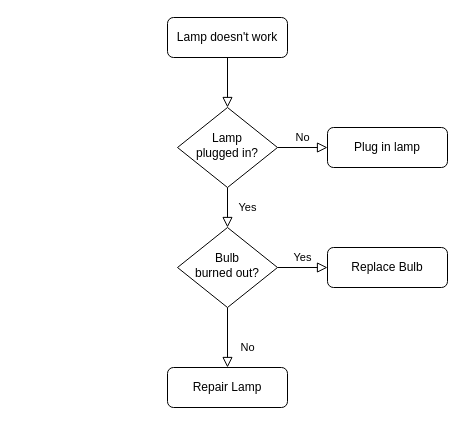
This is ncc_flow.drawio from yi2003/diagram, a draw.io file, before an edit. Source tidied: cells renumbered, new cells numbered last; positions are measured from the earlier drawing's top-left corner, leaving out a move shared by most shapes. Both pictures are drawn from the tidied source at 100%, with x=0, y=0 at pixel (167, 17).
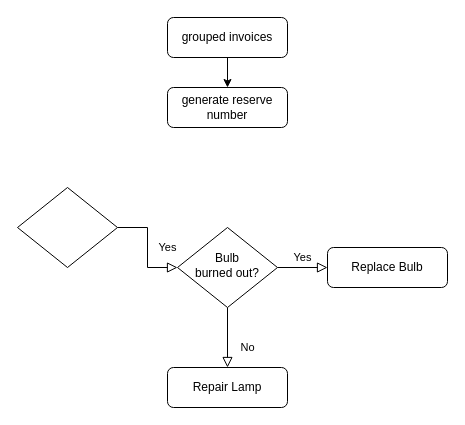
After the change.

Diff of the diagram source:
```diff
@@
 <mxGraphModel>
   <root>
     <mxCell id="0" />
     <mxCell id="1" parent="0" />
-    <mxCell id="2" style="rounded=0;html=1;jettySize=auto;fontSize=11;endArrow=block;endFill=0;endSize=8;strokeWidth=1;shadow=0;labelBackgroundColor=none;edgeStyle=orthogonalEdgeStyle;" parent="1" edge="1" source="3" target="6">
-      <mxGeometry relative="1" as="geometry" />
-    </mxCell>
+    <mxCell id="13" style="edgeStyle=orthogonalEdgeStyle;rounded=0;jettySize=auto;html=1;" parent="1" edge="1" source="3" target="14">
+      <mxGeometry relative="1" as="geometry" />
+    </mxCell>
-    <mxCell id="3" value="Lamp doesn't work" style="rounded=1;whiteSpace=wrap;html=1;fontSize=12;glass=0;strokeWidth=1;shadow=0;" parent="1" vertex="1">
+    <mxCell id="3" value="grouped invoices" style="rounded=1;whiteSpace=wrap;html=1;fontSize=12;glass=0;strokeWidth=1;shadow=0;" parent="1" vertex="1">
       <mxGeometry width="120" height="40" as="geometry" />
     </mxCell>
     <mxCell id="4" value="Yes" style="rounded=0;html=1;jettySize=auto;fontSize=11;endArrow=block;endFill=0;endSize=8;strokeWidth=1;shadow=0;labelBackgroundColor=none;edgeStyle=orthogonalEdgeStyle;" parent="1" edge="1" source="6" target="10">
       <mxGeometry y="20" relative="1" as="geometry" />
     </mxCell>
-    <mxCell id="5" value="No" style="edgeStyle=orthogonalEdgeStyle;rounded=0;html=1;jettySize=auto;fontSize=11;endArrow=block;endFill=0;endSize=8;strokeWidth=1;shadow=0;labelBackgroundColor=none;" parent="1" edge="1" source="6" target="7">
-      <mxGeometry y="10" relative="1" as="geometry" />
-    </mxCell>
-    <mxCell id="6" value="Lamp&lt;br&gt;plugged in?" style="rhombus;whiteSpace=wrap;html=1;shadow=0;fontFamily=Helvetica;fontSize=12;align=center;strokeWidth=1;spacing=6;spacingTop=-4;" parent="1" vertex="1">
-      <mxGeometry x="10" y="90" width="100" height="80" as="geometry" />
+    <mxCell id="6" style="rhombus;whiteSpace=wrap;html=1;shadow=0;fontFamily=Helvetica;fontSize=12;align=center;strokeWidth=1;spacing=6;spacingTop=-4;" parent="1" vertex="1">
+      <mxGeometry x="-150" y="170" width="100" height="80" as="geometry" />
     </mxCell>
-    <mxCell id="7" value="Plug in lamp" style="rounded=1;whiteSpace=wrap;html=1;fontSize=12;glass=0;strokeWidth=1;shadow=0;" parent="1" vertex="1">
-      <mxGeometry x="160" y="110" width="120" height="40" as="geometry" />
-    </mxCell>
     <mxCell id="8" value="No" style="rounded=0;html=1;jettySize=auto;fontSize=11;endArrow=block;endFill=0;endSize=8;strokeWidth=1;shadow=0;labelBackgroundColor=none;edgeStyle=orthogonalEdgeStyle;" parent="1" edge="1" source="10" target="11">
       <mxGeometry x="0.33" y="20" relative="1" as="geometry" />
     </mxCell>
     <mxCell id="9" value="Yes" style="edgeStyle=orthogonalEdgeStyle;rounded=0;html=1;jettySize=auto;fontSize=11;endArrow=block;endFill=0;endSize=8;strokeWidth=1;shadow=0;labelBackgroundColor=none;" parent="1" edge="1" source="10" target="12">
       <mxGeometry y="10" relative="1" as="geometry" />
     </mxCell>
     <mxCell id="10" value="Bulb&lt;br&gt;burned out?" style="rhombus;whiteSpace=wrap;html=1;shadow=0;fontFamily=Helvetica;fontSize=12;align=center;strokeWidth=1;spacing=6;spacingTop=-4;" parent="1" vertex="1">
       <mxGeometry x="10" y="210" width="100" height="80" as="geometry" />
     </mxCell>
     <mxCell id="11" value="Repair Lamp" style="rounded=1;whiteSpace=wrap;html=1;fontSize=12;glass=0;strokeWidth=1;shadow=0;" parent="1" vertex="1">
       <mxGeometry y="350" width="120" height="40" as="geometry" />
     </mxCell>
     <mxCell id="12" value="Replace Bulb" style="rounded=1;whiteSpace=wrap;html=1;fontSize=12;glass=0;strokeWidth=1;shadow=0;" parent="1" vertex="1">
       <mxGeometry x="160" y="230" width="120" height="40" as="geometry" />
     </mxCell>
+    <mxCell id="14" value="generate reserve number" style="rounded=1;whiteSpace=wrap;html=1;fontSize=12;glass=0;strokeWidth=1;shadow=0;" parent="1" vertex="1">
+      <mxGeometry y="70" width="120" height="40" as="geometry" />
+    </mxCell>
   </root>
 </mxGraphModel>
```
